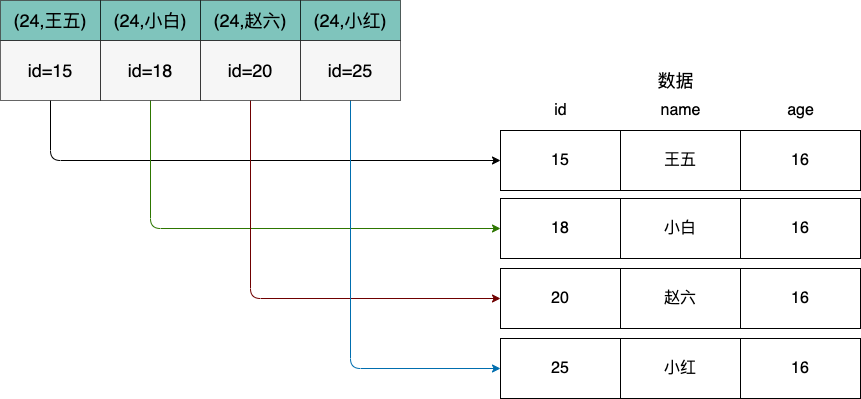
Before: img/mysql/mysql-icp-without.png, a diagram exported from draw.io (boilingfrog/Go-POINT). Source tidied: cells renumbered, new cells last; positions are measured from the earlier drawing's top-left corner, leaving out a move shared by most shapes. The source it was exported from:
```xml
<mxGraphModel>
  <root>
    <mxCell id="0" />
    <mxCell id="1" parent="0" />
    <mxCell id="2" value="(24,王五)" style="rounded=0;whiteSpace=wrap;html=1;fontSize=18;fillColor=#2A9D8F;opacity=60;" parent="1" vertex="1">
      <mxGeometry width="100" height="40" as="geometry" />
    </mxCell>
    <mxCell id="3" value="(24,小白)" style="rounded=0;whiteSpace=wrap;html=1;fontSize=18;fillColor=#2A9D8F;opacity=60;" parent="1" vertex="1">
      <mxGeometry x="100" width="100" height="40" as="geometry" />
    </mxCell>
    <mxCell id="4" value="(24,赵六)" style="rounded=0;whiteSpace=wrap;html=1;fontSize=18;fillColor=#2A9D8F;opacity=60;" parent="1" vertex="1">
      <mxGeometry x="200" width="100" height="40" as="geometry" />
    </mxCell>
    <mxCell id="5" style="edgeStyle=orthogonalEdgeStyle;html=1;entryX=0;entryY=0.5;entryDx=0;entryDy=0;" parent="1" edge="1" source="6" target="14">
      <mxGeometry relative="1" as="geometry">
        <Array as="points">
          <mxPoint x="50" y="160" />
        </Array>
      </mxGeometry>
    </mxCell>
    <mxCell id="6" value="id=15" style="rounded=0;whiteSpace=wrap;html=1;fontSize=18;fillColor=#F0F0F0;opacity=60;" parent="1" vertex="1">
      <mxGeometry y="40" width="100" height="60" as="geometry" />
    </mxCell>
    <mxCell id="7" style="edgeStyle=orthogonalEdgeStyle;html=1;entryX=0;entryY=0.5;entryDx=0;entryDy=0;fillColor=#60a917;strokeColor=#2D7600;" parent="1" edge="1" source="8" target="16">
      <mxGeometry relative="1" as="geometry">
        <Array as="points">
          <mxPoint x="150" y="228" />
        </Array>
      </mxGeometry>
    </mxCell>
    <mxCell id="8" value="id=18" style="rounded=0;whiteSpace=wrap;html=1;fontSize=18;fillColor=#F0F0F0;opacity=60;" parent="1" vertex="1">
      <mxGeometry x="100" y="40" width="100" height="60" as="geometry" />
    </mxCell>
    <mxCell id="9" style="edgeStyle=orthogonalEdgeStyle;html=1;entryX=0;entryY=0.5;entryDx=0;entryDy=0;fillColor=#a20025;strokeColor=#6F0000;" parent="1" edge="1" source="10" target="18">
      <mxGeometry relative="1" as="geometry">
        <Array as="points">
          <mxPoint x="250" y="298" />
        </Array>
      </mxGeometry>
    </mxCell>
    <mxCell id="10" value="id=20" style="rounded=0;whiteSpace=wrap;html=1;fontSize=18;fillColor=#F0F0F0;opacity=60;" parent="1" vertex="1">
      <mxGeometry x="200" y="40" width="100" height="60" as="geometry" />
    </mxCell>
    <mxCell id="11" value="(24,小红)" style="rounded=0;whiteSpace=wrap;html=1;fontSize=18;fillColor=#2A9D8F;opacity=60;" parent="1" vertex="1">
      <mxGeometry x="300" width="100" height="40" as="geometry" />
    </mxCell>
    <mxCell id="12" style="edgeStyle=orthogonalEdgeStyle;html=1;entryX=0;entryY=0.5;entryDx=0;entryDy=0;fillColor=#1ba1e2;strokeColor=#006EAF;" parent="1" edge="1" source="13" target="20">
      <mxGeometry relative="1" as="geometry">
        <Array as="points">
          <mxPoint x="350" y="368" />
        </Array>
      </mxGeometry>
    </mxCell>
    <mxCell id="13" value="id=25" style="rounded=0;whiteSpace=wrap;html=1;fontSize=18;fillColor=#F0F0F0;opacity=60;" parent="1" vertex="1">
      <mxGeometry x="300" y="40" width="100" height="60" as="geometry" />
    </mxCell>
    <mxCell id="14" value="15" style="rounded=0;whiteSpace=wrap;html=1;fontSize=16;fillColor=none;" parent="1" vertex="1">
      <mxGeometry x="500" y="130" width="120" height="60" as="geometry" />
    </mxCell>
    <mxCell id="15" value="王五" style="rounded=0;whiteSpace=wrap;html=1;fontSize=16;fillColor=none;" parent="1" vertex="1">
      <mxGeometry x="620" y="130" width="120" height="60" as="geometry" />
    </mxCell>
    <mxCell id="16" value="18" style="rounded=0;whiteSpace=wrap;html=1;fontSize=16;fillColor=none;" parent="1" vertex="1">
      <mxGeometry x="500" y="198" width="120" height="60" as="geometry" />
    </mxCell>
    <mxCell id="17" value="小白" style="rounded=0;whiteSpace=wrap;html=1;fontSize=16;fillColor=none;" parent="1" vertex="1">
      <mxGeometry x="620" y="198" width="120" height="60" as="geometry" />
    </mxCell>
    <mxCell id="18" value="20" style="rounded=0;whiteSpace=wrap;html=1;fontSize=16;fillColor=none;" parent="1" vertex="1">
      <mxGeometry x="500" y="268" width="120" height="60" as="geometry" />
    </mxCell>
    <mxCell id="19" value="赵六" style="rounded=0;whiteSpace=wrap;html=1;fontSize=16;fillColor=none;" parent="1" vertex="1">
      <mxGeometry x="620" y="268" width="120" height="60" as="geometry" />
    </mxCell>
    <mxCell id="20" value="25" style="rounded=0;whiteSpace=wrap;html=1;fontSize=16;fillColor=none;" parent="1" vertex="1">
      <mxGeometry x="500" y="338" width="120" height="60" as="geometry" />
    </mxCell>
    <mxCell id="21" value="小红" style="rounded=0;whiteSpace=wrap;html=1;fontSize=16;fillColor=none;" parent="1" vertex="1">
      <mxGeometry x="620" y="338" width="120" height="60" as="geometry" />
    </mxCell>
    <mxCell id="22" value="&lt;font style=&quot;font-size: 18px&quot;&gt;数据&lt;/font&gt;" style="text;html=1;align=center;verticalAlign=middle;strokeColor=none;fillColor=none;" parent="1" vertex="1">
      <mxGeometry x="650" y="70" width="50" height="20" as="geometry" />
    </mxCell>
    <mxCell id="23" value="16" style="rounded=0;whiteSpace=wrap;html=1;fontSize=16;fillColor=none;" parent="1" vertex="1">
      <mxGeometry x="740" y="130" width="120" height="60" as="geometry" />
    </mxCell>
    <mxCell id="24" value="&lt;font style=&quot;font-size: 16px&quot;&gt;id&lt;/font&gt;" style="text;html=1;align=center;verticalAlign=middle;strokeColor=none;fillColor=none;" parent="1" vertex="1">
      <mxGeometry x="545" y="100" width="30" height="20" as="geometry" />
    </mxCell>
    <mxCell id="25" value="&lt;font style=&quot;font-size: 16px&quot;&gt;name&lt;/font&gt;" style="text;html=1;align=center;verticalAlign=middle;strokeColor=none;fillColor=none;" parent="1" vertex="1">
      <mxGeometry x="650" y="100" width="60" height="20" as="geometry" />
    </mxCell>
    <mxCell id="26" value="&lt;font style=&quot;font-size: 16px&quot;&gt;age&lt;/font&gt;" style="text;html=1;align=center;verticalAlign=middle;strokeColor=none;fillColor=none;" parent="1" vertex="1">
      <mxGeometry x="780" y="100" width="40" height="20" as="geometry" />
    </mxCell>
    <mxCell id="27" value="16" style="rounded=0;whiteSpace=wrap;html=1;fontSize=16;fillColor=none;" parent="1" vertex="1">
      <mxGeometry x="740" y="198" width="120" height="60" as="geometry" />
    </mxCell>
    <mxCell id="28" value="16" style="rounded=0;whiteSpace=wrap;html=1;fontSize=16;fillColor=none;" parent="1" vertex="1">
      <mxGeometry x="740" y="268" width="120" height="60" as="geometry" />
    </mxCell>
    <mxCell id="29" value="16" style="rounded=0;whiteSpace=wrap;html=1;fontSize=16;fillColor=none;" parent="1" vertex="1">
      <mxGeometry x="740" y="338" width="120" height="60" as="geometry" />
    </mxCell>
  </root>
</mxGraphModel>
```
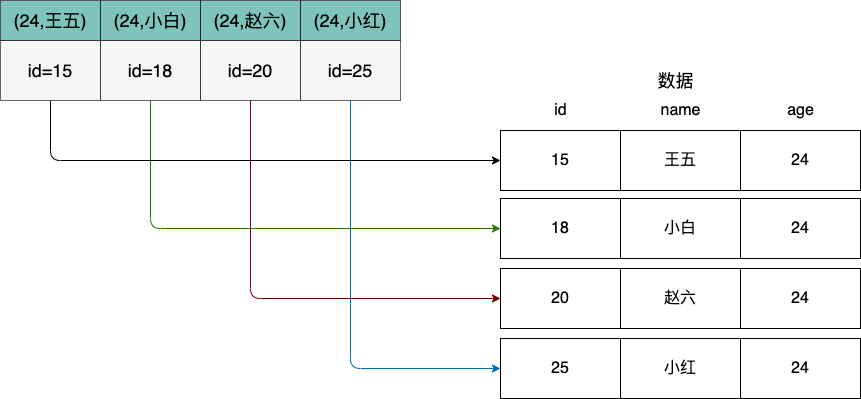
After the commit.

Commit message:
feat:MySQL 中的索引

The edit, as a diff of the source:
```diff
@@ -81,7 +81,7 @@
     <mxCell id="22" value="&lt;font style=&quot;font-size: 18px&quot;&gt;数据&lt;/font&gt;" style="text;html=1;align=center;verticalAlign=middle;strokeColor=none;fillColor=none;" parent="1" vertex="1">
       <mxGeometry x="650" y="70" width="50" height="20" as="geometry" />
     </mxCell>
-    <mxCell id="23" value="16" style="rounded=0;whiteSpace=wrap;html=1;fontSize=16;fillColor=none;" parent="1" vertex="1">
+    <mxCell id="23" value="24" style="rounded=0;whiteSpace=wrap;html=1;fontSize=16;fillColor=none;" parent="1" vertex="1">
       <mxGeometry x="740" y="130" width="120" height="60" as="geometry" />
     </mxCell>
     <mxCell id="24" value="&lt;font style=&quot;font-size: 16px&quot;&gt;id&lt;/font&gt;" style="text;html=1;align=center;verticalAlign=middle;strokeColor=none;fillColor=none;" parent="1" vertex="1">
@@ -93,13 +93,13 @@
     <mxCell id="26" value="&lt;font style=&quot;font-size: 16px&quot;&gt;age&lt;/font&gt;" style="text;html=1;align=center;verticalAlign=middle;strokeColor=none;fillColor=none;" parent="1" vertex="1">
       <mxGeometry x="780" y="100" width="40" height="20" as="geometry" />
     </mxCell>
-    <mxCell id="27" value="16" style="rounded=0;whiteSpace=wrap;html=1;fontSize=16;fillColor=none;" parent="1" vertex="1">
+    <mxCell id="27" value="24" style="rounded=0;whiteSpace=wrap;html=1;fontSize=16;fillColor=none;" parent="1" vertex="1">
       <mxGeometry x="740" y="198" width="120" height="60" as="geometry" />
     </mxCell>
-    <mxCell id="28" value="16" style="rounded=0;whiteSpace=wrap;html=1;fontSize=16;fillColor=none;" parent="1" vertex="1">
+    <mxCell id="28" value="24" style="rounded=0;whiteSpace=wrap;html=1;fontSize=16;fillColor=none;" parent="1" vertex="1">
       <mxGeometry x="740" y="268" width="120" height="60" as="geometry" />
     </mxCell>
-    <mxCell id="29" value="16" style="rounded=0;whiteSpace=wrap;html=1;fontSize=16;fillColor=none;" parent="1" vertex="1">
+    <mxCell id="29" value="24" style="rounded=0;whiteSpace=wrap;html=1;fontSize=16;fillColor=none;" parent="1" vertex="1">
       <mxGeometry x="740" y="338" width="120" height="60" as="geometry" />
     </mxCell>
   </root>
```
